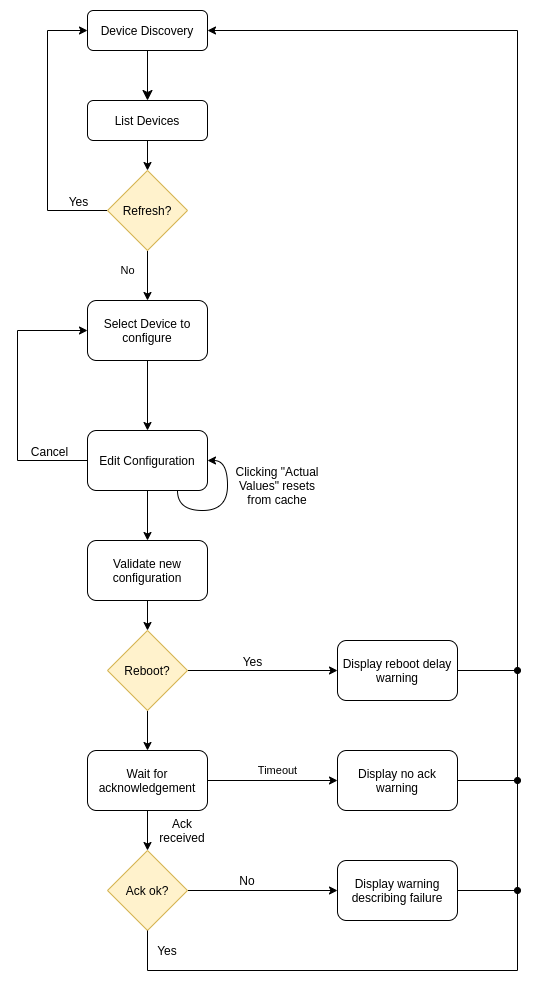
This is gui/workflow.png from cydanil/icepap-ipassign, a draw.io export, as it was before one commit. Source tidied: cells renumbered, new cells last; positions are measured from the earlier drawing's top-left corner, leaving out a move shared by most shapes. Its diagram source:
```xml
<mxGraphModel>
  <root>
    <mxCell id="0" />
    <mxCell id="1" parent="0" />
    <mxCell id="2" style="rounded=0;html=1;jettySize=auto;fontSize=11;endArrow=classic;endFill=1;endSize=8;strokeWidth=1;shadow=0;labelBackgroundColor=none;edgeStyle=orthogonalEdgeStyle;" parent="1" edge="1" source="4">
      <mxGeometry relative="1" as="geometry">
        <mxPoint x="130" y="90" as="targetPoint" />
      </mxGeometry>
    </mxCell>
    <mxCell id="3" style="edgeStyle=orthogonalEdgeStyle;rounded=0;jettySize=auto;html=1;exitX=1;exitY=0.5;exitDx=0;exitDy=0;endArrow=none;endFill=0;startArrow=classic;startFill=1;" parent="1" edge="1" source="4">
      <mxGeometry relative="1" as="geometry">
        <mxPoint x="500" y="20" as="targetPoint" />
      </mxGeometry>
    </mxCell>
    <mxCell id="4" value="Device Discovery" style="rounded=1;whiteSpace=wrap;html=1;fontSize=12;glass=0;strokeWidth=1;shadow=0;" parent="1" vertex="1">
      <mxGeometry x="70" width="120" height="40" as="geometry" />
    </mxCell>
    <mxCell id="5" style="edgeStyle=orthogonalEdgeStyle;rounded=0;jettySize=auto;html=1;exitX=0.5;exitY=1;exitDx=0;exitDy=0;entryX=0.5;entryY=0;entryDx=0;entryDy=0;" parent="1" edge="1" source="6" target="10">
      <mxGeometry relative="1" as="geometry" />
    </mxCell>
    <mxCell id="6" value="List Devices" style="rounded=1;whiteSpace=wrap;html=1;fontSize=12;glass=0;strokeWidth=1;shadow=0;" parent="1" vertex="1">
      <mxGeometry x="70" y="90" width="120" height="40" as="geometry" />
    </mxCell>
    <mxCell id="7" style="edgeStyle=orthogonalEdgeStyle;rounded=0;jettySize=auto;html=1;entryX=0;entryY=0.5;entryDx=0;entryDy=0;" parent="1" edge="1" source="10" target="4">
      <mxGeometry relative="1" as="geometry">
        <Array as="points">
          <mxPoint x="30" y="200" />
          <mxPoint x="30" y="20" />
        </Array>
      </mxGeometry>
    </mxCell>
    <mxCell id="8" value="Yes" style="text;html=1;align=center;verticalAlign=middle;labelBackgroundColor=#ffffff;" parent="7" vertex="1">
      <mxGeometry x="-0.08" relative="1" as="geometry">
        <mxPoint x="30" y="59" as="offset" />
      </mxGeometry>
    </mxCell>
    <mxCell id="9" value="No" style="edgeStyle=orthogonalEdgeStyle;rounded=0;jettySize=auto;html=1;" parent="1" edge="1" source="10" target="12">
      <mxGeometry x="-0.2" y="-20" relative="1" as="geometry" />
    </mxCell>
    <mxCell id="10" value="Refresh?" style="rhombus;whiteSpace=wrap;html=1;fillColor=#fff2cc;strokeColor=#d6b656;" parent="1" vertex="1">
      <mxGeometry x="90" y="160" width="80" height="80" as="geometry" />
    </mxCell>
    <mxCell id="11" style="edgeStyle=orthogonalEdgeStyle;rounded=0;jettySize=auto;html=1;exitX=0.5;exitY=1;exitDx=0;exitDy=0;" parent="1" edge="1" source="12" target="16">
      <mxGeometry relative="1" as="geometry" />
    </mxCell>
    <mxCell id="12" value="Select Device to configure" style="rounded=1;whiteSpace=wrap;html=1;" parent="1" vertex="1">
      <mxGeometry x="70" y="290" width="120" height="60" as="geometry" />
    </mxCell>
    <mxCell id="13" style="edgeStyle=orthogonalEdgeStyle;rounded=0;jettySize=auto;html=1;exitX=0;exitY=0.5;exitDx=0;exitDy=0;entryX=0;entryY=0.5;entryDx=0;entryDy=0;" parent="1" edge="1" source="16" target="12">
      <mxGeometry relative="1" as="geometry">
        <Array as="points">
          <mxPoint y="450" />
          <mxPoint y="320" />
        </Array>
      </mxGeometry>
    </mxCell>
    <mxCell id="14" value="Cancel" style="text;html=1;align=center;verticalAlign=middle;labelBackgroundColor=#ffffff;" parent="13" vertex="1">
      <mxGeometry x="-0.63" relative="1" as="geometry">
        <mxPoint x="11" y="-10" as="offset" />
      </mxGeometry>
    </mxCell>
    <mxCell id="15" style="edgeStyle=orthogonalEdgeStyle;curved=1;jettySize=auto;html=1;exitX=0.5;exitY=1;exitDx=0;exitDy=0;entryX=0.5;entryY=0;entryDx=0;entryDy=0;" parent="1" edge="1" source="16" target="20">
      <mxGeometry relative="1" as="geometry" />
    </mxCell>
    <mxCell id="16" value="Edit Configuration" style="rounded=1;whiteSpace=wrap;html=1;" parent="1" vertex="1">
      <mxGeometry x="70" y="420" width="120" height="60" as="geometry" />
    </mxCell>
    <mxCell id="17" style="edgeStyle=orthogonalEdgeStyle;orthogonalLoop=1;jettySize=auto;html=1;exitX=0.75;exitY=1;exitDx=0;exitDy=0;entryX=1;entryY=0.5;entryDx=0;entryDy=0;curved=1;" parent="1" edge="1" source="16" target="16">
      <mxGeometry relative="1" as="geometry" />
    </mxCell>
    <mxCell id="18" value="Clicking &quot;Actual Values&quot; resets from cache" style="text;html=1;strokeColor=none;fillColor=none;align=center;verticalAlign=middle;whiteSpace=wrap;rounded=0;" parent="1" vertex="1">
      <mxGeometry x="210" y="450" width="100" height="50" as="geometry" />
    </mxCell>
    <mxCell id="19" style="edgeStyle=orthogonalEdgeStyle;curved=1;jettySize=auto;html=1;exitX=0.5;exitY=1;exitDx=0;exitDy=0;entryX=0.5;entryY=0;entryDx=0;entryDy=0;" parent="1" edge="1" source="20" target="24">
      <mxGeometry relative="1" as="geometry" />
    </mxCell>
    <mxCell id="20" value="Validate new configuration" style="rounded=1;whiteSpace=wrap;html=1;" parent="1" vertex="1">
      <mxGeometry x="70" y="530" width="120" height="60" as="geometry" />
    </mxCell>
    <mxCell id="21" style="edgeStyle=orthogonalEdgeStyle;rounded=0;jettySize=auto;html=1;" parent="1" edge="1" source="24" target="26">
      <mxGeometry relative="1" as="geometry" />
    </mxCell>
    <mxCell id="22" value="Yes" style="text;html=1;align=center;verticalAlign=middle;labelBackgroundColor=#ffffff;" parent="21" vertex="1">
      <mxGeometry x="-0.15" relative="1" as="geometry">
        <mxPoint y="-10" as="offset" />
      </mxGeometry>
    </mxCell>
    <mxCell id="23" style="edgeStyle=orthogonalEdgeStyle;rounded=0;jettySize=auto;html=1;exitX=0.5;exitY=1;exitDx=0;exitDy=0;entryX=0.5;entryY=0;entryDx=0;entryDy=0;" parent="1" edge="1" source="24" target="29">
      <mxGeometry relative="1" as="geometry" />
    </mxCell>
    <mxCell id="24" value="Reboot?" style="rhombus;whiteSpace=wrap;html=1;fillColor=#fff2cc;strokeColor=#d6b656;" parent="1" vertex="1">
      <mxGeometry x="90" y="620" width="80" height="80" as="geometry" />
    </mxCell>
    <mxCell id="25" style="edgeStyle=orthogonalEdgeStyle;rounded=0;jettySize=auto;html=1;exitX=1;exitY=0.5;exitDx=0;exitDy=0;startArrow=none;startFill=0;endArrow=oval;endFill=1;" parent="1" edge="1" source="26">
      <mxGeometry relative="1" as="geometry">
        <mxPoint x="500" y="660" as="targetPoint" />
      </mxGeometry>
    </mxCell>
    <mxCell id="26" value="Display reboot delay warning" style="rounded=1;whiteSpace=wrap;html=1;" parent="1" vertex="1">
      <mxGeometry x="320" y="630" width="120" height="60" as="geometry" />
    </mxCell>
    <mxCell id="27" value="Timeout" style="edgeStyle=orthogonalEdgeStyle;rounded=0;orthogonalLoop=1;jettySize=auto;html=1;exitX=1;exitY=0.5;exitDx=0;exitDy=0;entryX=0;entryY=0.5;entryDx=0;entryDy=0;" parent="1" edge="1">
      <mxGeometry x="0.08" y="10" relative="1" as="geometry">
        <mxPoint x="190" y="770" as="sourcePoint" />
        <mxPoint x="320" y="770" as="targetPoint" />
      </mxGeometry>
    </mxCell>
    <mxCell id="28" style="edgeStyle=orthogonalEdgeStyle;rounded=0;jettySize=auto;html=1;exitX=0.5;exitY=1;exitDx=0;exitDy=0;" parent="1" edge="1" source="29" target="31">
      <mxGeometry relative="1" as="geometry" />
    </mxCell>
    <mxCell id="29" value="Wait for acknowledgement" style="rounded=1;whiteSpace=wrap;html=1;" parent="1" vertex="1">
      <mxGeometry x="70" y="740" width="120" height="60" as="geometry" />
    </mxCell>
    <mxCell id="30" style="edgeStyle=orthogonalEdgeStyle;rounded=0;jettySize=auto;html=1;exitX=1;exitY=0.5;exitDx=0;exitDy=0;" parent="1" edge="1" source="31" target="35">
      <mxGeometry relative="1" as="geometry" />
    </mxCell>
    <mxCell id="31" value="Ack ok?" style="rhombus;whiteSpace=wrap;html=1;fillColor=#fff2cc;strokeColor=#d6b656;" parent="1" vertex="1">
      <mxGeometry x="90" y="840" width="80" height="80" as="geometry" />
    </mxCell>
    <mxCell id="32" style="edgeStyle=orthogonalEdgeStyle;rounded=0;jettySize=auto;html=1;exitX=1;exitY=0.5;exitDx=0;exitDy=0;startArrow=none;startFill=0;endArrow=oval;endFill=1;" parent="1" edge="1" source="33">
      <mxGeometry relative="1" as="geometry">
        <mxPoint x="500" y="770" as="targetPoint" />
      </mxGeometry>
    </mxCell>
    <mxCell id="33" value="Display no ack warning" style="rounded=1;whiteSpace=wrap;html=1;" parent="1" vertex="1">
      <mxGeometry x="320" y="740" width="120" height="60" as="geometry" />
    </mxCell>
    <mxCell id="34" style="edgeStyle=orthogonalEdgeStyle;rounded=0;jettySize=auto;html=1;exitX=1;exitY=0.5;exitDx=0;exitDy=0;startArrow=none;startFill=0;endArrow=oval;endFill=1;" parent="1" edge="1" source="35">
      <mxGeometry relative="1" as="geometry">
        <mxPoint x="500" y="880" as="targetPoint" />
      </mxGeometry>
    </mxCell>
    <mxCell id="35" value="Display warning&lt;br&gt;describing failure" style="rounded=1;whiteSpace=wrap;html=1;" parent="1" vertex="1">
      <mxGeometry x="320" y="850" width="120" height="60" as="geometry" />
    </mxCell>
    <mxCell id="36" value="Ack received" style="text;html=1;strokeColor=none;fillColor=none;align=center;verticalAlign=middle;whiteSpace=wrap;rounded=0;" parent="1" vertex="1">
      <mxGeometry x="130" y="810" width="70" height="20" as="geometry" />
    </mxCell>
    <mxCell id="37" value="No" style="text;html=1;strokeColor=none;fillColor=none;align=center;verticalAlign=middle;whiteSpace=wrap;rounded=0;" parent="1" vertex="1">
      <mxGeometry x="210" y="860" width="40" height="20" as="geometry" />
    </mxCell>
    <mxCell id="38" style="endArrow=none;html=1;entryX=0.5;entryY=1;entryDx=0;entryDy=0;" parent="1" edge="1" target="31">
      <mxGeometry relative="1" as="geometry">
        <mxPoint x="130" y="960" as="sourcePoint" />
      </mxGeometry>
    </mxCell>
    <mxCell id="39" style="endArrow=none;html=1;" parent="1" edge="1">
      <mxGeometry relative="1" as="geometry">
        <mxPoint x="130" y="960" as="sourcePoint" />
        <mxPoint x="500" y="960" as="targetPoint" />
      </mxGeometry>
    </mxCell>
    <mxCell id="40" style="endArrow=none;html=1;" parent="1" edge="1">
      <mxGeometry relative="1" as="geometry">
        <mxPoint x="500" y="960" as="sourcePoint" />
        <mxPoint x="500" y="20" as="targetPoint" />
      </mxGeometry>
    </mxCell>
    <mxCell id="41" value="Yes" style="text;html=1;strokeColor=none;fillColor=none;align=center;verticalAlign=middle;whiteSpace=wrap;rounded=0;" parent="1" vertex="1">
      <mxGeometry x="130" y="930" width="40" height="20" as="geometry" />
    </mxCell>
  </root>
</mxGraphModel>
```
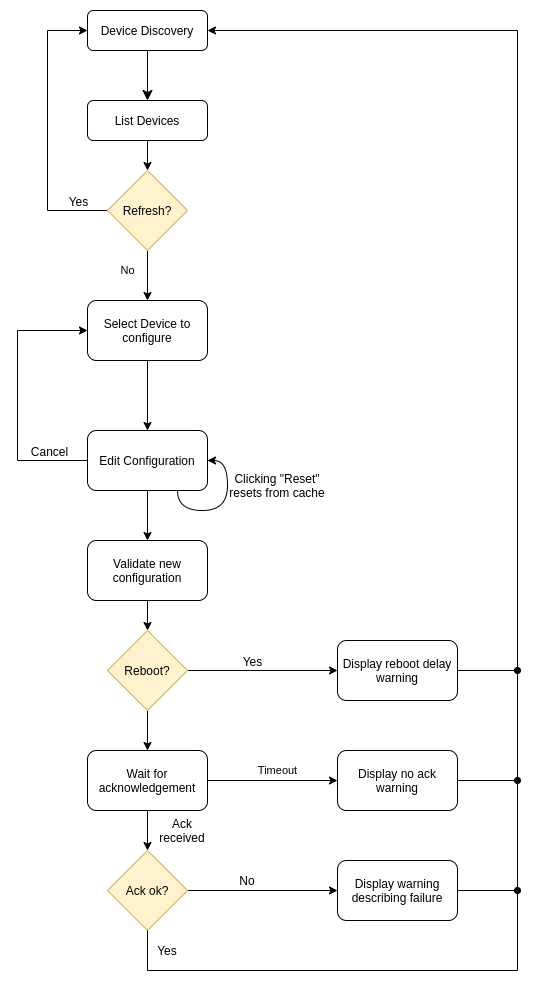
After the commit.

Change to the diagram source:
```diff
@@ -68,7 +68,7 @@
     <mxCell id="17" style="edgeStyle=orthogonalEdgeStyle;orthogonalLoop=1;jettySize=auto;html=1;exitX=0.75;exitY=1;exitDx=0;exitDy=0;entryX=1;entryY=0.5;entryDx=0;entryDy=0;curved=1;" parent="1" edge="1" source="16" target="16">
       <mxGeometry relative="1" as="geometry" />
     </mxCell>
-    <mxCell id="18" value="Clicking &quot;Actual Values&quot; resets from cache" style="text;html=1;strokeColor=none;fillColor=none;align=center;verticalAlign=middle;whiteSpace=wrap;rounded=0;" parent="1" vertex="1">
+    <mxCell id="18" value="Clicking &quot;Reset&quot; resets from cache" style="text;html=1;strokeColor=none;fillColor=none;align=center;verticalAlign=middle;whiteSpace=wrap;rounded=0;" parent="1" vertex="1">
       <mxGeometry x="210" y="450" width="100" height="50" as="geometry" />
     </mxCell>
     <mxCell id="19" style="edgeStyle=orthogonalEdgeStyle;curved=1;jettySize=auto;html=1;exitX=0.5;exitY=1;exitDx=0;exitDy=0;entryX=0.5;entryY=0;entryDx=0;entryDy=0;" parent="1" edge="1" source="20" target="24">
```
